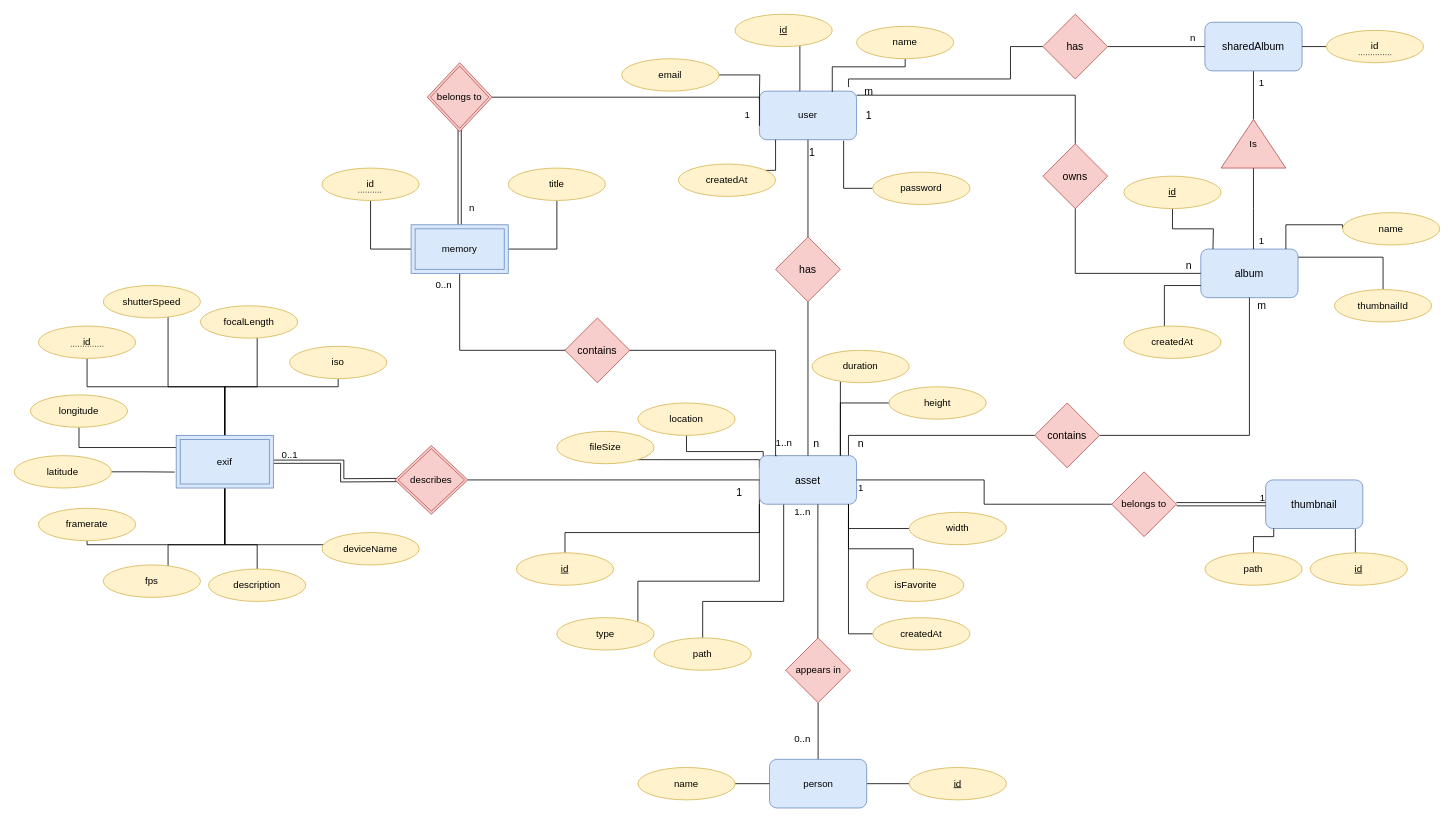
The draw.io diagram db.drawio_model.drawio in toniker/db, before the edit. Source tidied: cells renumbered, new cells numbered last; positions are measured from the earlier drawing's top-left corner, leaving out a move shared by most shapes. Both pictures are drawn from the tidied source at 81%, with x=0, y=0 at pixel (14, 14).
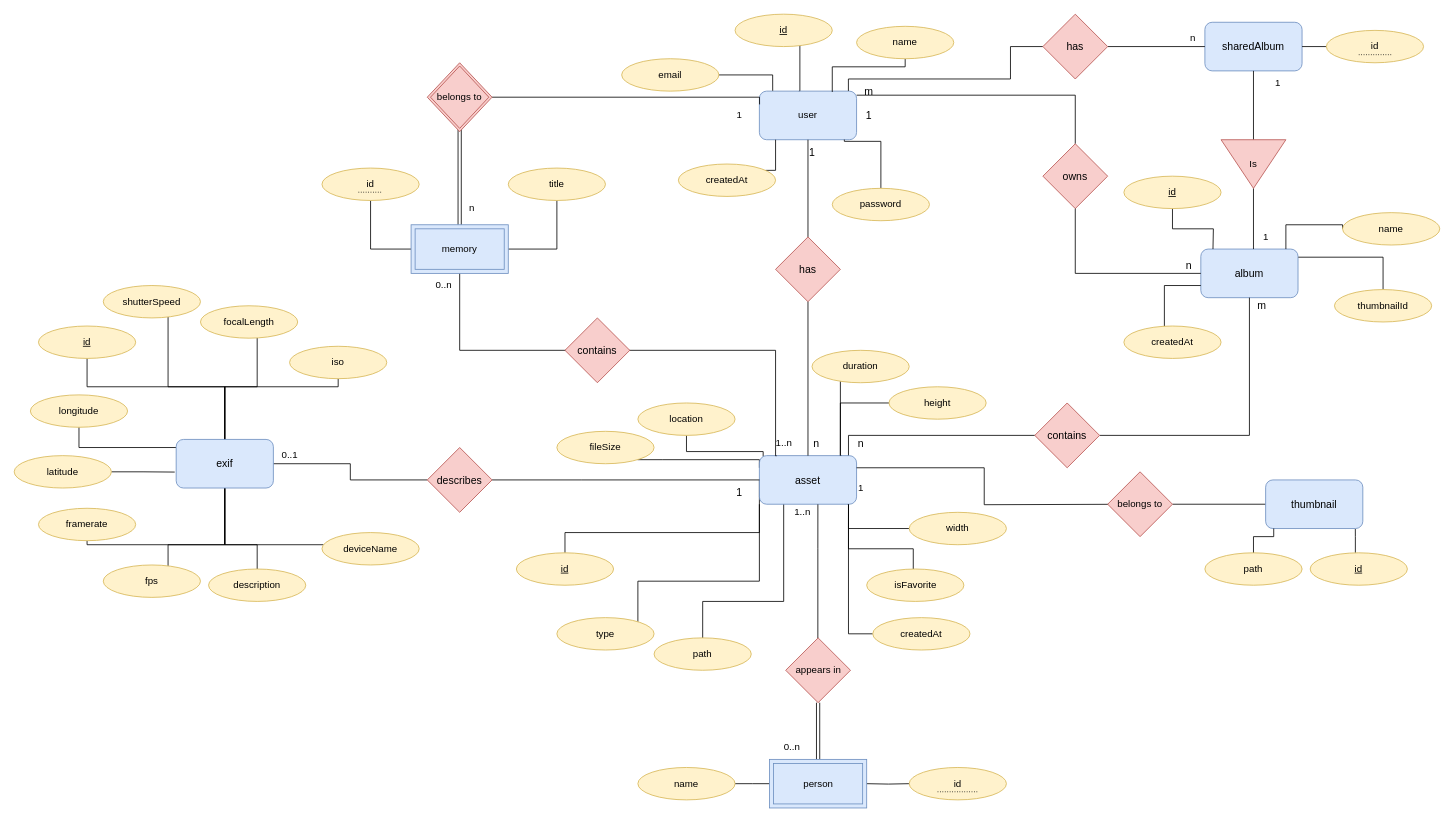
After the change.

Unchanged cells that the change refers to:
```xml
<mxCell id="5" value="user" style="rounded=1;whiteSpace=wrap;html=1;fillColor=#dae8fc;strokeColor=#6c8ebf;" parent="1" vertex="1">
  <mxGeometry x="920" y="95" width="120" height="60" as="geometry" />
</mxCell>
<mxCell id="7" value="email" style="ellipse;whiteSpace=wrap;html=1;fillColor=#fff2cc;strokeColor=#d6b656;" parent="1" vertex="1">
  <mxGeometry x="750" y="55" width="120" height="40" as="geometry" />
</mxCell>
<mxCell id="44" value="asset" style="rounded=1;whiteSpace=wrap;html=1;fontSize=13;fillColor=#dae8fc;strokeColor=#6c8ebf;" parent="1" vertex="1">
  <mxGeometry x="920" y="545" width="120" height="60" as="geometry" />
</mxCell>
<mxCell id="51" value="thumbnail" style="rounded=1;whiteSpace=wrap;html=1;fontSize=13;fillColor=#dae8fc;strokeColor=#6c8ebf;" parent="1" vertex="1">
  <mxGeometry x="1545" y="575" width="120" height="60" as="geometry" />
</mxCell>
<mxCell id="61" value="name" style="ellipse;whiteSpace=wrap;html=1;fillColor=#fff2cc;strokeColor=#d6b656;" parent="1" vertex="1">
  <mxGeometry x="770" y="930" width="120" height="40" as="geometry" />
</mxCell>
<mxCell id="99" value="sharedAlbum" style="rounded=1;whiteSpace=wrap;html=1;fontSize=13;fillColor=#dae8fc;strokeColor=#6c8ebf;" parent="1" vertex="1">
  <mxGeometry x="1470" y="10" width="120" height="60" as="geometry" />
</mxCell>
<mxCell id="102" value="has" style="rhombus;whiteSpace=wrap;html=1;fontSize=13;fillColor=#f8cecc;strokeColor=#b85450;" parent="1" vertex="1">
  <mxGeometry x="1270" width="80" height="80" as="geometry" />
</mxCell>
<mxCell id="116" value="appears in" style="rhombus;whiteSpace=wrap;html=1;fillColor=#f8cecc;strokeColor=#b85450;" parent="1" vertex="1">
  <mxGeometry x="952.5" y="770" width="80" height="80" as="geometry" />
</mxCell>
<mxCell id="131" value="belongs to" style="shape=rhombus;double=1;perimeter=rhombusPerimeter;whiteSpace=wrap;html=1;align=center;fillColor=#f8cecc;strokeColor=#b85450;" parent="1" vertex="1">
  <mxGeometry x="510" y="60" width="80" height="85" as="geometry" />
</mxCell>
```

Diff of the diagram source:
```diff
@@
-    <mxCell id="6" style="edgeStyle=orthogonalEdgeStyle;rounded=0;jettySize=auto;html=1;strokeColor=default;fontSize=13;endArrow=none;endFill=0;" parent="1" edge="1" source="7">
-      <mxGeometry relative="1" as="geometry">
-        <mxPoint x="920" y="105" as="targetPoint" />
-      </mxGeometry>
+    <mxCell id="6" style="edgeStyle=orthogonalEdgeStyle;rounded=0;jettySize=auto;html=1;strokeColor=default;fontSize=13;endArrow=none;endFill=0;entryX=0.137;entryY=-0.007;entryDx=0;entryDy=0;entryPerimeter=0;" parent="1" edge="1" source="7" target="5">
+      <mxGeometry relative="1" as="geometry" />
     </mxCell>
@@
-    <mxCell id="10" style="edgeStyle=orthogonalEdgeStyle;rounded=0;jettySize=auto;html=1;entryX=0.867;entryY=1.021;entryDx=0;entryDy=0;strokeColor=default;fontSize=13;endArrow=none;endFill=0;entryPerimeter=0;exitX=0;exitY=0.5;exitDx=0;exitDy=0;" parent="1" edge="1" source="11" target="5">
-      <mxGeometry relative="1" as="geometry" />
+    <mxCell id="10" style="edgeStyle=orthogonalEdgeStyle;rounded=0;jettySize=auto;html=1;entryX=0.874;entryY=0.997;entryDx=0;entryDy=0;strokeColor=default;fontSize=13;endArrow=none;endFill=0;entryPerimeter=0;exitX=0.5;exitY=0;exitDx=0;exitDy=0;" parent="1" edge="1" source="11" target="5">
+      <mxGeometry relative="1" as="geometry">
+        <Array as="points">
+          <mxPoint x="1070" y="157" />
+          <mxPoint x="1025" y="157" />
+        </Array>
+      </mxGeometry>
     </mxCell>
     <mxCell id="11" value="password" style="ellipse;whiteSpace=wrap;html=1;fillColor=#fff2cc;strokeColor=#d6b656;" parent="1" vertex="1">
-      <mxGeometry x="1060" y="195" width="120" height="40" as="geometry" />
+      <mxGeometry x="1010" y="215" width="120" height="40" as="geometry" />
     </mxCell>
@@
+    <mxCell id="135" style="edgeStyle=orthogonalEdgeStyle;rounded=0;jettySize=auto;html=1;entryX=1;entryY=0.5;entryDx=0;entryDy=0;endArrow=none;endFill=0;" parent="1" edge="1" source="51" target="89">
+      <mxGeometry relative="1" as="geometry" />
+    </mxCell>
@@
-    <mxCell id="56" style="edgeStyle=orthogonalEdgeStyle;rounded=0;jettySize=auto;html=1;entryX=0;entryY=0.5;entryDx=0;entryDy=0;strokeWidth=1;startArrow=none;startFill=0;endArrow=none;endFill=0;" parent="1" edge="1" source="58" target="59">
-      <mxGeometry relative="1" as="geometry" />
+    <mxCell id="56" style="edgeStyle=orthogonalEdgeStyle;rounded=0;jettySize=auto;html=1;entryX=0;entryY=0.5;entryDx=0;entryDy=0;strokeWidth=1;startArrow=none;startFill=0;endArrow=none;endFill=0;" parent="1" edge="1" target="59">
+      <mxGeometry relative="1" as="geometry">
+        <mxPoint x="1052.5" y="950" as="sourcePoint" />
+      </mxGeometry>
     </mxCell>
-    <mxCell id="57" style="edgeStyle=orthogonalEdgeStyle;rounded=0;jettySize=auto;html=1;entryX=0.5;entryY=1;entryDx=0;entryDy=0;strokeColor=default;endArrow=none;endFill=0;" parent="1" edge="1" source="58" target="116">
-      <mxGeometry relative="1" as="geometry" />
-    </mxCell>
-    <mxCell id="58" value="person&lt;br&gt;" style="rounded=1;whiteSpace=wrap;html=1;fillColor=#dae8fc;strokeColor=#6c8ebf;" parent="1" vertex="1">
-      <mxGeometry x="932.5" y="920" width="120" height="60" as="geometry" />
-    </mxCell>
-    <mxCell id="59" value="&lt;u&gt;id&lt;/u&gt;" style="ellipse;whiteSpace=wrap;html=1;fillColor=#fff2cc;strokeColor=#d6b656;" parent="1" vertex="1">
+    <mxCell id="59" value="id" style="ellipse;whiteSpace=wrap;html=1;fillColor=#fff2cc;strokeColor=#d6b656;" parent="1" vertex="1">
       <mxGeometry x="1105" y="930" width="120" height="40" as="geometry" />
     </mxCell>
-    <mxCell id="60" style="edgeStyle=orthogonalEdgeStyle;rounded=0;jettySize=auto;html=1;entryX=0;entryY=0.5;entryDx=0;entryDy=0;strokeColor=default;fontSize=13;endArrow=none;endFill=0;" parent="1" edge="1" source="61" target="58">
-      <mxGeometry relative="1" as="geometry" />
+    <mxCell id="60" style="edgeStyle=orthogonalEdgeStyle;rounded=0;jettySize=auto;html=1;entryX=0;entryY=0.5;entryDx=0;entryDy=0;strokeColor=default;fontSize=13;endArrow=none;endFill=0;" parent="1" edge="1" source="61">
+      <mxGeometry relative="1" as="geometry">
+        <mxPoint x="932.5" y="950" as="targetPoint" />
+      </mxGeometry>
     </mxCell>
@@
-    <mxCell id="80" value="id" style="ellipse;whiteSpace=wrap;html=1;fillColor=#fff2cc;strokeColor=#d6b656;" parent="1" vertex="1">
+    <mxCell id="80" value="&lt;u&gt;id&lt;/u&gt;" style="ellipse;whiteSpace=wrap;html=1;fillColor=#fff2cc;strokeColor=#d6b656;" parent="1" vertex="1">
       <mxGeometry x="30" y="385" width="120" height="40" as="geometry" />
     </mxCell>
@@
-    <mxCell id="85" style="edgeStyle=orthogonalEdgeStyle;rounded=0;jettySize=auto;html=1;strokeColor=default;fontSize=13;endArrow=none;endFill=0;entryX=0;entryY=0.5;entryDx=0;entryDy=0;exitX=1;exitY=0.5;exitDx=0;exitDy=0;" parent="1" edge="1" target="44">
+    <mxCell id="85" style="edgeStyle=orthogonalEdgeStyle;rounded=0;jettySize=auto;html=1;strokeColor=default;fontSize=13;endArrow=none;endFill=0;entryX=0;entryY=0.5;entryDx=0;entryDy=0;exitX=1;exitY=0.5;exitDx=0;exitDy=0;startArrow=none;" parent="1" edge="1" source="129" target="44">
       <mxGeometry relative="1" as="geometry">
-        <mxPoint x="560" y="575" as="sourcePoint" />
         <Array as="points">
-          <mxPoint x="700" y="575" />
           <mxPoint x="700" y="575" />
         </Array>
       </mxGeometry>
     </mxCell>
@@
-    <mxCell id="88" style="edgeStyle=orthogonalEdgeStyle;rounded=0;jettySize=auto;html=1;strokeColor=default;endArrow=none;endFill=0;" parent="1" edge="1" source="89" target="44">
-      <mxGeometry relative="1" as="geometry" />
+    <mxCell id="88" style="edgeStyle=orthogonalEdgeStyle;rounded=0;jettySize=auto;html=1;strokeColor=default;endArrow=none;endFill=0;entryX=1;entryY=0.25;entryDx=0;entryDy=0;" parent="1" edge="1" target="44">
+      <mxGeometry relative="1" as="geometry">
+        <mxPoint x="1355.1" y="605.1" as="sourcePoint" />
+      </mxGeometry>
     </mxCell>
-    <mxCell id="89" value="belongs to" style="rhombus;whiteSpace=wrap;html=1;fillColor=#f8cecc;strokeColor=#b85450;" parent="1" vertex="1">
-      <mxGeometry x="1355" y="565" width="80" height="80" as="geometry" />
-    </mxCell>
@@
-    <mxCell id="93" style="edgeStyle=orthogonalEdgeStyle;rounded=0;jettySize=auto;html=1;entryX=1.007;entryY=0.926;entryDx=0;entryDy=0;strokeWidth=1;startArrow=none;startFill=0;endArrow=none;endFill=0;entryPerimeter=0;exitX=1;exitY=0.5;exitDx=0;exitDy=0;" parent="1" edge="1" source="131" target="94">
+    <mxCell id="93" style="edgeStyle=orthogonalEdgeStyle;rounded=0;jettySize=auto;html=1;entryX=0.002;entryY=0.273;entryDx=0;entryDy=0;strokeWidth=1;startArrow=none;startFill=0;endArrow=none;endFill=0;entryPerimeter=0;exitX=1;exitY=0.5;exitDx=0;exitDy=0;" parent="1" edge="1" source="131" target="5">
       <mxGeometry relative="1" as="geometry">
         <Array as="points">
           <mxPoint x="920" y="103" />
         </Array>
       </mxGeometry>
     </mxCell>
     <mxCell id="94" value="1" style="text;html=1;align=center;verticalAlign=middle;points=[];strokeColor=none;fillColor=none;" parent="1" vertex="1">
-      <mxGeometry x="890" y="110" width="30" height="30" as="geometry" />
+      <mxGeometry x="880" y="110" width="30" height="30" as="geometry" />
     </mxCell>
@@
-    <mxCell id="98" style="edgeStyle=orthogonalEdgeStyle;rounded=0;jettySize=auto;html=1;entryX=1;entryY=0.5;entryDx=0;entryDy=0;strokeColor=default;strokeWidth=1;endArrow=none;endFill=0;" parent="1" edge="1" source="99" target="110">
-      <mxGeometry relative="1" as="geometry" />
-    </mxCell>
@@
-    <mxCell id="101" style="edgeStyle=orthogonalEdgeStyle;rounded=0;jettySize=auto;html=1;strokeColor=default;strokeWidth=1;endArrow=none;endFill=0;exitX=0;exitY=0.5;exitDx=0;exitDy=0;" parent="1" edge="1" source="102">
+    <mxCell id="101" style="edgeStyle=orthogonalEdgeStyle;rounded=0;jettySize=auto;html=1;strokeColor=default;strokeWidth=1;endArrow=none;endFill=0;exitX=0;exitY=0.5;exitDx=0;exitDy=0;entryX=0.916;entryY=-0.004;entryDx=0;entryDy=0;entryPerimeter=0;" parent="1" edge="1" source="102" target="5">
       <mxGeometry relative="1" as="geometry">
-        <mxPoint x="1030" y="90" as="targetPoint" />
         <Array as="points">
           <mxPoint x="1230" y="40" />
           <mxPoint x="1230" y="80" />
           <mxPoint x="1030" y="80" />
         </Array>
       </mxGeometry>
     </mxCell>
@@
-    <mxCell id="103" style="edgeStyle=orthogonalEdgeStyle;rounded=0;jettySize=auto;html=1;strokeColor=default;strokeWidth=1;endArrow=none;endFill=0;exitX=0;exitY=0.5;exitDx=0;exitDy=0;" parent="1" edge="1" source="110">
-      <mxGeometry relative="1" as="geometry">
-        <mxPoint x="1530" y="290" as="targetPoint" />
-      </mxGeometry>
-    </mxCell>
     <mxCell id="104" value="1" style="text;html=1;align=center;verticalAlign=middle;strokeColor=none;fillColor=none;" parent="1" vertex="1">
-      <mxGeometry x="1525" y="265" width="30" height="30" as="geometry" />
+      <mxGeometry x="1530" y="260" width="30" height="30" as="geometry" />
     </mxCell>
     <mxCell id="105" value="1" style="text;html=1;align=center;verticalAlign=middle;strokeColor=none;fillColor=none;" parent="1" vertex="1">
-      <mxGeometry x="1525" y="70" width="30" height="30" as="geometry" />
+      <mxGeometry x="1545" y="70" width="30" height="30" as="geometry" />
     </mxCell>
@@
+    <mxCell id="136" style="edgeStyle=orthogonalEdgeStyle;rounded=0;jettySize=auto;html=1;entryX=0.5;entryY=1;entryDx=0;entryDy=0;endArrow=none;endFill=0;" parent="1" edge="1" source="110" target="99">
+      <mxGeometry relative="1" as="geometry" />
+    </mxCell>
+    <mxCell id="137" style="edgeStyle=orthogonalEdgeStyle;rounded=0;jettySize=auto;html=1;endArrow=none;endFill=0;" parent="1" edge="1" source="110">
+      <mxGeometry relative="1" as="geometry">
+        <mxPoint x="1530" y="290" as="targetPoint" />
+        <Array as="points">
+          <mxPoint x="1530" y="290" />
+        </Array>
+      </mxGeometry>
+    </mxCell>
-    <mxCell id="110" value="Is" style="triangle;whiteSpace=wrap;html=1;direction=north;fillColor=#f8cecc;strokeColor=#b85450;" parent="1" vertex="1">
-      <mxGeometry x="1490" y="130" width="80" height="60" as="geometry" />
+    <mxCell id="110" value="Is" style="triangle;whiteSpace=wrap;html=1;direction=south;fillColor=#f8cecc;strokeColor=#b85450;" parent="1" vertex="1">
+      <mxGeometry x="1490" y="155" width="80" height="60" as="geometry" />
     </mxCell>
@@
-    <mxCell id="112" style="shape=link;html=1;rounded=0;entryX=0;entryY=0.5;entryDx=0;entryDy=0;exitX=1;exitY=0.5;exitDx=0;exitDy=0;" parent="1" edge="1" source="89" target="51">
-      <mxGeometry relative="1" as="geometry" />
-    </mxCell>
-    <mxCell id="113" value="1" style="html=1;align=right;verticalAlign=bottom;" parent="112" vertex="1">
-      <mxGeometry x="1" relative="1" as="geometry" />
-    </mxCell>
-    <mxCell id="114" style="shape=link;html=1;rounded=0;strokeColor=default;endArrow=none;endFill=0;entryX=1;entryY=0.5;entryDx=0;entryDy=0;exitX=0;exitY=0.5;exitDx=0;exitDy=0;edgeStyle=orthogonalEdgeStyle;" parent="1" edge="1" target="130">
-      <mxGeometry relative="1" as="geometry">
-        <mxPoint x="490" y="575" as="sourcePoint" />
-      </mxGeometry>
-    </mxCell>
@@
     <mxCell id="117" value="0..n" style="text;html=1;align=center;verticalAlign=middle;strokeColor=none;fillColor=none;" parent="1" vertex="1">
-      <mxGeometry x="952.5" y="880" width="40" height="30" as="geometry" />
+      <mxGeometry x="940" y="890" width="40" height="30" as="geometry" />
     </mxCell>
@@
-    <mxCell id="128" style="endArrow=none;html=1;rounded=0;dashed=1;dashPattern=1 2;" parent="1" edge="1">
-      <mxGeometry relative="1" as="geometry">
-        <mxPoint x="70" y="410" as="sourcePoint" />
-        <mxPoint x="110" y="410" as="targetPoint" />
-      </mxGeometry>
-    </mxCell>
-    <mxCell id="129" value="describes" style="shape=rhombus;double=1;perimeter=rhombusPerimeter;whiteSpace=wrap;html=1;align=center;fillColor=#f8cecc;strokeColor=#b85450;" parent="1" vertex="1">
-      <mxGeometry x="470" y="532.5" width="90" height="85" as="geometry" />
-    </mxCell>
-    <mxCell id="130" value="exif" style="shape=ext;margin=3;double=1;whiteSpace=wrap;html=1;align=center;fillColor=#dae8fc;strokeColor=#6c8ebf;" parent="1" vertex="1">
-      <mxGeometry x="200" y="520" width="120" height="65" as="geometry" />
-    </mxCell>
@@
+    <mxCell id="138" style="edgeStyle=orthogonalEdgeStyle;rounded=0;jettySize=auto;html=1;entryX=0;entryY=0.5;entryDx=0;entryDy=0;endArrow=none;endFill=0;" parent="1" edge="1" source="130" target="129">
+      <mxGeometry relative="1" as="geometry" />
+    </mxCell>
+    <mxCell id="130" value="exif" style="rounded=1;whiteSpace=wrap;html=1;fontSize=13;fillColor=#dae8fc;strokeColor=#6c8ebf;" parent="1" vertex="1">
+      <mxGeometry x="200" y="525" width="120" height="60" as="geometry" />
+    </mxCell>
+    <mxCell id="129" value="describes" style="rhombus;whiteSpace=wrap;html=1;fontSize=13;fillColor=#f8cecc;strokeColor=#b85450;" parent="1" vertex="1">
+      <mxGeometry x="510" y="535" width="80" height="80" as="geometry" />
+    </mxCell>
+    <mxCell id="89" value="belongs to" style="rhombus;whiteSpace=wrap;html=1;fillColor=#f8cecc;strokeColor=#b85450;" parent="1" vertex="1">
+      <mxGeometry x="1350" y="565" width="80" height="80" as="geometry" />
+    </mxCell>
+    <mxCell id="139" style="shape=link;html=1;rounded=0;endArrow=none;endFill=0;entryX=0.5;entryY=0;entryDx=0;entryDy=0;exitX=0.5;exitY=1;exitDx=0;exitDy=0;" parent="1" edge="1" source="116">
+      <mxGeometry relative="1" as="geometry">
+        <mxPoint x="992.5" y="920" as="targetPoint" />
+      </mxGeometry>
+    </mxCell>
+    <mxCell id="140" style="endArrow=none;html=1;rounded=0;dashed=1;dashPattern=1 2;" parent="1" edge="1">
+      <mxGeometry relative="1" as="geometry">
+        <mxPoint x="1140" y="960" as="sourcePoint" />
+        <mxPoint x="1190" y="960" as="targetPoint" />
+      </mxGeometry>
+    </mxCell>
+    <mxCell id="58" value="person" style="shape=ext;margin=3;double=1;whiteSpace=wrap;html=1;align=center;fillColor=#dae8fc;strokeColor=#6c8ebf;" parent="1" vertex="1">
+      <mxGeometry x="932.5" y="920" width="120" height="60" as="geometry" />
+    </mxCell>
```
